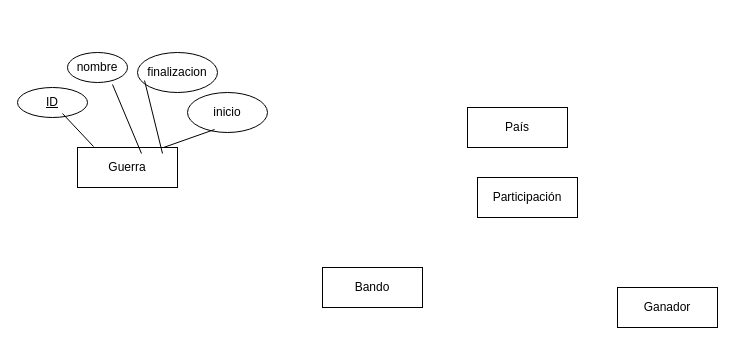
Above: ej4.drawio in adriii28/amr-tsys-C3U12-11102023 (draw.io), before the change. Source tidied: cells renumbered, new cells numbered last; positions are measured from the earlier drawing's top-left corner, leaving out a move shared by most shapes. Both pictures are drawn from the tidied source at 100%, with x=0, y=0 at pixel (17, 52).
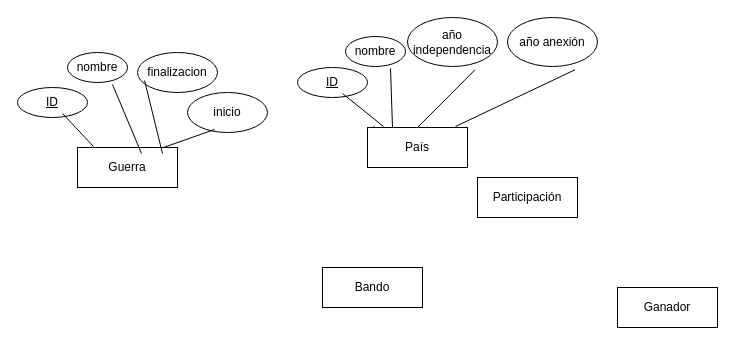
After the change.

Commit message:
atributos pais

Diff of the diagram source:
```diff
@@
-    <mxCell id="3" value="País" style="whiteSpace=wrap;html=1;align=center;" parent="1" vertex="1">
-      <mxGeometry x="450" y="55" width="100" height="40" as="geometry" />
-    </mxCell>
@@
+    <mxCell id="15" value="&lt;u&gt;ID&lt;/u&gt;" style="ellipse;whiteSpace=wrap;html=1;align=center;" parent="1" vertex="1">
+      <mxGeometry x="280" y="15" width="70" height="30" as="geometry" />
+    </mxCell>
+    <mxCell id="16" style="endArrow=none;html=1;rounded=0;entryX=0.16;entryY=-0.025;entryDx=0;entryDy=0;entryPerimeter=0;exitX=0.643;exitY=0.867;exitDx=0;exitDy=0;exitPerimeter=0;" parent="1" edge="1" source="3">
+      <mxGeometry relative="1" as="geometry">
+        <mxPoint x="356" y="74" as="targetPoint" />
+      </mxGeometry>
+    </mxCell>
+    <mxCell id="17" style="endArrow=none;html=1;rounded=0;entryX=0.16;entryY=-0.025;entryDx=0;entryDy=0;entryPerimeter=0;exitX=0.643;exitY=0.867;exitDx=0;exitDy=0;exitPerimeter=0;" parent="1" edge="1" source="15" target="3">
+      <mxGeometry relative="1" as="geometry" />
+    </mxCell>
+    <mxCell id="3" value="País" style="whiteSpace=wrap;html=1;align=center;" parent="1" vertex="1">
+      <mxGeometry x="350" y="75" width="100" height="40" as="geometry" />
+    </mxCell>
+    <mxCell id="18" value="año independencia" style="ellipse;whiteSpace=wrap;html=1;align=center;" parent="1" vertex="1">
+      <mxGeometry x="390" y="-35" width="90" height="49" as="geometry" />
+    </mxCell>
+    <mxCell id="19" style="endArrow=none;html=1;rounded=0;exitX=0.75;exitY=1.067;exitDx=0;exitDy=0;exitPerimeter=0;entryX=0.5;entryY=0;entryDx=0;entryDy=0;" parent="1" edge="1" source="18" target="3">
+      <mxGeometry relative="1" as="geometry" />
+    </mxCell>
+    <mxCell id="20" value="nombre" style="ellipse;whiteSpace=wrap;html=1;align=center;" parent="1" vertex="1">
+      <mxGeometry x="328" y="-16" width="60" height="30" as="geometry" />
+    </mxCell>
+    <mxCell id="21" style="endArrow=none;html=1;rounded=0;exitX=0.75;exitY=1.067;exitDx=0;exitDy=0;exitPerimeter=0;entryX=0.25;entryY=0;entryDx=0;entryDy=0;" parent="1" edge="1" source="20" target="3">
+      <mxGeometry relative="1" as="geometry" />
+    </mxCell>
+    <mxCell id="22" value="año anexión" style="ellipse;whiteSpace=wrap;html=1;align=center;" parent="1" vertex="1">
+      <mxGeometry x="490" y="-35" width="90" height="49" as="geometry" />
+    </mxCell>
+    <mxCell id="23" style="endArrow=none;html=1;rounded=0;exitX=0.75;exitY=1.067;exitDx=0;exitDy=0;exitPerimeter=0;entryX=0.88;entryY=-0.025;entryDx=0;entryDy=0;entryPerimeter=0;" parent="1" edge="1" source="22" target="3">
+      <mxGeometry relative="1" as="geometry" />
+    </mxCell>
```
